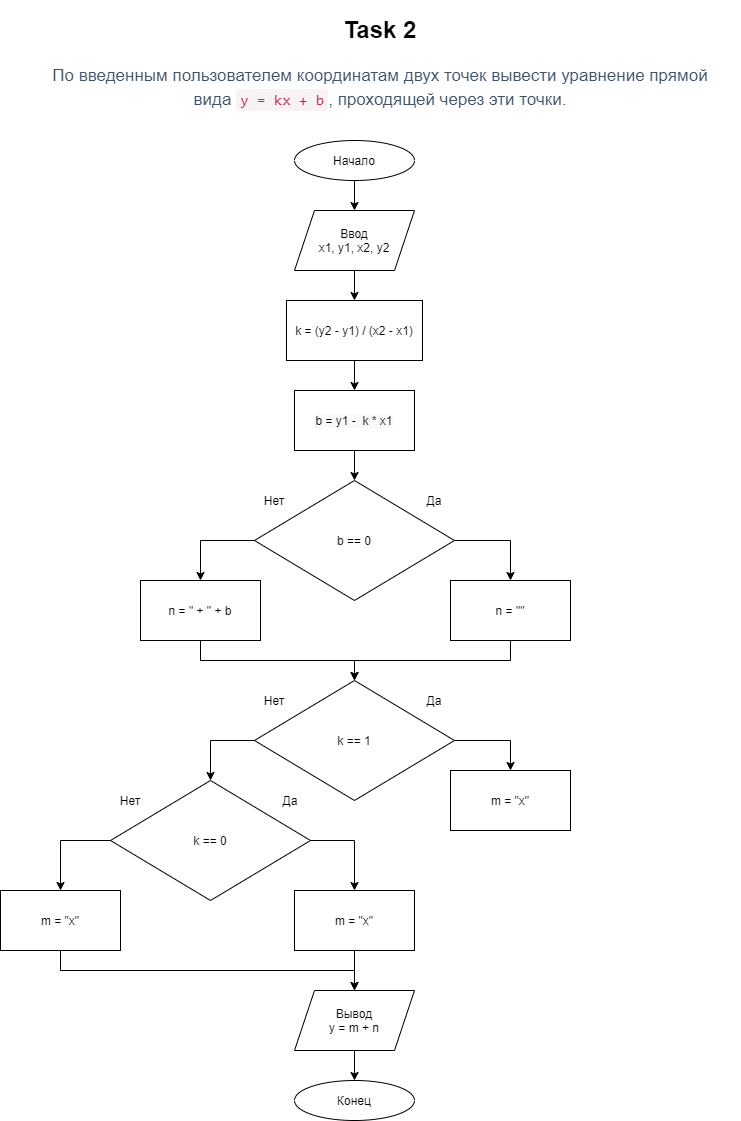
Above: Lesson1/FlowCharts/lesson1-Task-2.png in vic-k23/Geekbrains_algorithms_DS_on_Python (draw.io), before the change. Source tidied: cells renumbered, new cells last; positions are measured from the earlier drawing's top-left corner, leaving out a move shared by most shapes.
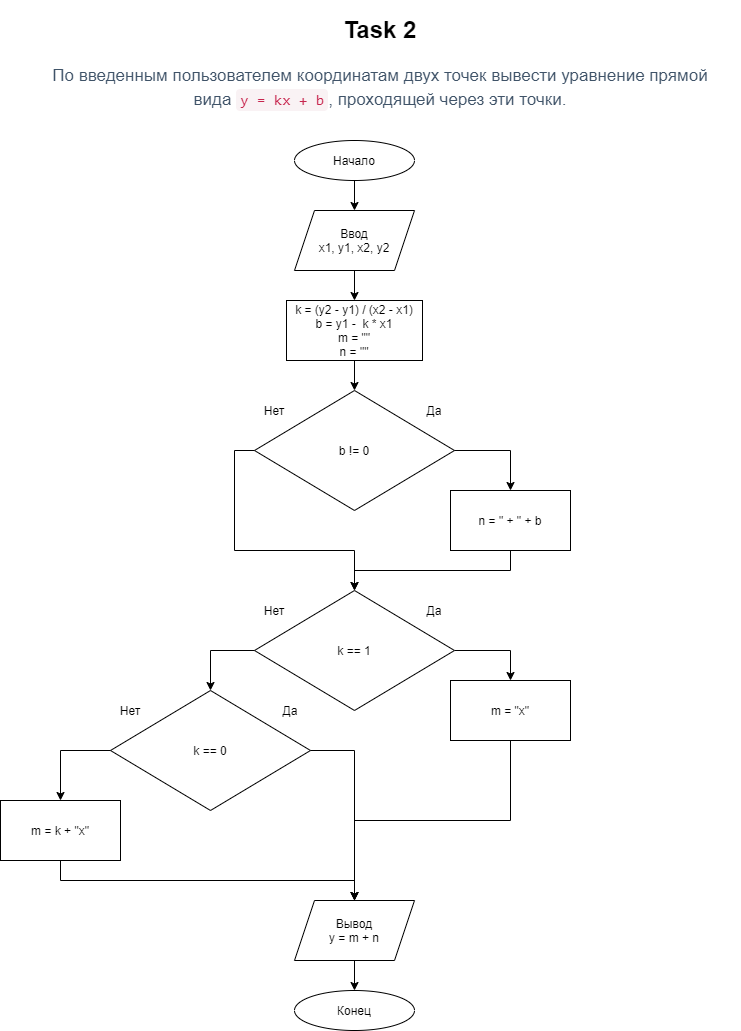
After the commit.

Diff of the diagram source:
```diff
@@ -3,32 +3,26 @@
     <mxCell id="0" />
     <mxCell id="1" parent="0" />
     <mxCell id="2" value="&lt;h1&gt;Task 2&lt;/h1&gt;&lt;div&gt;&lt;h3 style=&quot;box-sizing: border-box ; font-family: &amp;#34;roboto&amp;#34; , &amp;#34;san francisco&amp;#34; , &amp;#34;helvetica neue&amp;#34; , &amp;#34;helvetica&amp;#34; , &amp;#34;arial&amp;#34; ; font-weight: 500 ; line-height: 24px ; color: rgb(63 , 83 , 104) ; margin-top: 20px ; margin-bottom: 10px ; font-size: 17px ; background-color: rgb(255 , 255 , 255)&quot;&gt;По введенным пользователем координатам двух точек вывести уравнение прямой вида&amp;nbsp;&lt;code style=&quot;box-sizing: border-box ; font-family: &amp;#34;menlo&amp;#34; , &amp;#34;monaco&amp;#34; , &amp;#34;consolas&amp;#34; , &amp;#34;courier new&amp;#34; , monospace ; font-size: 15.3px ; color: rgb(199 , 37 , 78) ; background-color: rgb(249 , 242 , 244) ; border-radius: 4px ; padding: 2px 4px&quot;&gt;y = kx + b&lt;/code&gt;, проходящей через эти точки.&lt;/h3&gt;&lt;/div&gt;" style="text;html=1;strokeColor=none;fillColor=none;spacing=5;spacingTop=-20;whiteSpace=wrap;overflow=hidden;rounded=0;align=center;" parent="1" vertex="1">
-      <mxGeometry x="20" width="720" height="120" as="geometry" />
+      <mxGeometry x="20" y="90" width="720" height="120" as="geometry" />
     </mxCell>
     <mxCell id="3" style="edgeStyle=orthogonalEdgeStyle;rounded=0;jettySize=auto;html=1;exitX=0.5;exitY=1;exitDx=0;exitDy=0;entryX=0.5;entryY=0;entryDx=0;entryDy=0;" parent="1" edge="1" source="4" target="6">
       <mxGeometry relative="1" as="geometry" />
     </mxCell>
     <mxCell id="4" value="Начало" style="ellipse;whiteSpace=wrap;html=1;align=center;" parent="1" vertex="1">
-      <mxGeometry x="294" y="130" width="120" height="40" as="geometry" />
+      <mxGeometry x="294" y="220" width="120" height="40" as="geometry" />
     </mxCell>
     <mxCell id="5" style="edgeStyle=orthogonalEdgeStyle;rounded=0;jettySize=auto;html=1;exitX=0.5;exitY=1;exitDx=0;exitDy=0;entryX=0.5;entryY=0;entryDx=0;entryDy=0;" parent="1" edge="1" source="6" target="8">
       <mxGeometry relative="1" as="geometry" />
     </mxCell>
     <mxCell id="6" value="Ввод&lt;br&gt;x1, y1, x2, y2" style="shape=parallelogram;perimeter=parallelogramPerimeter;whiteSpace=wrap;html=1;fixedSize=1;align=center;" parent="1" vertex="1">
-      <mxGeometry x="294" y="200" width="120" height="60" as="geometry" />
+      <mxGeometry x="294" y="290" width="120" height="60" as="geometry" />
     </mxCell>
-    <mxCell id="7" style="edgeStyle=orthogonalEdgeStyle;rounded=0;jettySize=auto;html=1;exitX=0.5;exitY=1;exitDx=0;exitDy=0;entryX=0.5;entryY=0;entryDx=0;entryDy=0;" parent="1" edge="1" source="8" target="10">
-      <mxGeometry relative="1" as="geometry" />
-    </mxCell>
+    <mxCell id="41" style="edgeStyle=orthogonalEdgeStyle;rounded=0;jettySize=auto;html=1;exitX=0.5;exitY=1;exitDx=0;exitDy=0;entryX=0.5;entryY=0;entryDx=0;entryDy=0;" parent="1" edge="1" source="8" target="15">
+      <mxGeometry relative="1" as="geometry" />
+    </mxCell>
-    <mxCell id="8" value="k = (y2 - y1) / (x2 - x1)" style="rounded=0;whiteSpace=wrap;html=1;align=center;" parent="1" vertex="1">
-      <mxGeometry x="286" y="290" width="136" height="60" as="geometry" />
+    <mxCell id="8" value="k = (y2 - y1) / (x2 - x1)&lt;br&gt;&lt;span style=&quot;font-family: &amp;#34;helvetica&amp;#34;&quot;&gt;b = y1 -&amp;nbsp; k * x1&lt;br&gt;&lt;/span&gt;m = &quot;&quot;&lt;br&gt;n = &quot;&quot;" style="rounded=0;whiteSpace=wrap;html=1;align=center;" parent="1" vertex="1">
+      <mxGeometry x="286" y="380" width="136" height="60" as="geometry" />
     </mxCell>
-    <mxCell id="9" style="edgeStyle=orthogonalEdgeStyle;rounded=0;jettySize=auto;html=1;exitX=0.5;exitY=1;exitDx=0;exitDy=0;entryX=0.5;entryY=0;entryDx=0;entryDy=0;" parent="1" edge="1" source="10" target="15">
-      <mxGeometry relative="1" as="geometry" />
-    </mxCell>
-    <mxCell id="10" value="&#10;&#10;&lt;span style=&quot;color: rgb(0, 0, 0); font-family: helvetica; font-size: 12px; font-style: normal; font-weight: 400; letter-spacing: normal; text-align: center; text-indent: 0px; text-transform: none; word-spacing: 0px; background-color: rgb(248, 249, 250); display: inline; float: none;&quot;&gt;b = y1 -&amp;nbsp; k * x1&lt;/span&gt;&#10;&#10;" style="rounded=0;whiteSpace=wrap;html=1;align=center;" parent="1" vertex="1">
-      <mxGeometry x="294" y="380" width="120" height="60" as="geometry" />
-    </mxCell>
     <mxCell id="11" style="edgeStyle=orthogonalEdgeStyle;rounded=0;jettySize=auto;html=1;exitX=0.5;exitY=1;exitDx=0;exitDy=0;entryX=0.5;entryY=0;entryDx=0;entryDy=0;" parent="1" edge="1" source="12" target="13">
       <mxGeometry relative="1" as="geometry" />
     </mxCell>
@@ -41,7 +35,7 @@
     <mxCell id="14" style="group;align=center;" parent="1" vertex="1">
       <mxGeometry x="254" y="470" width="200" height="120" as="geometry" />
     </mxCell>
-    <mxCell id="15" value="b == 0" style="rhombus;whiteSpace=wrap;html=1;align=center;" parent="14" vertex="1">
+    <mxCell id="15" value="b != 0" style="rhombus;whiteSpace=wrap;html=1;align=center;" parent="14" vertex="1">
       <mxGeometry width="200" height="120" as="geometry" />
     </mxCell>
     <mxCell id="16" value="Нет" style="text;html=1;strokeColor=none;fillColor=none;align=center;verticalAlign=middle;whiteSpace=wrap;rounded=0;" parent="14" vertex="1">
@@ -54,14 +48,8 @@
       <mxGeometry relative="1" as="geometry" />
     </mxCell>
     <mxCell id="19" value="n = &quot; + &quot; + b" style="rounded=0;whiteSpace=wrap;html=1;align=center;" parent="1" vertex="1">
-      <mxGeometry x="140" y="570" width="120" height="60" as="geometry" />
+      <mxGeometry x="450" y="570" width="120" height="60" as="geometry" />
     </mxCell>
-    <mxCell id="20" style="edgeStyle=orthogonalEdgeStyle;rounded=0;jettySize=auto;html=1;exitX=0.5;exitY=1;exitDx=0;exitDy=0;" parent="1" edge="1" source="21" target="24">
-      <mxGeometry relative="1" as="geometry" />
-    </mxCell>
-    <mxCell id="21" value="n = &quot;&quot;" style="rounded=0;whiteSpace=wrap;html=1;align=center;" parent="1" vertex="1">
-      <mxGeometry x="450" y="570" width="120" height="60" as="geometry" />
-    </mxCell>
     <mxCell id="22" style="group;align=center;" parent="1" vertex="1">
       <mxGeometry x="254" y="670" width="316" height="180" as="geometry" />
     </mxCell>
@@ -95,29 +83,26 @@
     <mxCell id="32" style="edgeStyle=orthogonalEdgeStyle;rounded=0;jettySize=auto;html=1;exitX=0.5;exitY=1;exitDx=0;exitDy=0;" parent="1" edge="1" source="33" target="12">
       <mxGeometry relative="1" as="geometry" />
     </mxCell>
-    <mxCell id="33" value="m = &quot;x&quot;" style="rounded=0;whiteSpace=wrap;html=1;align=center;" parent="1" vertex="1">
+    <mxCell id="33" value="m = k + &quot;x&quot;" style="rounded=0;whiteSpace=wrap;html=1;align=center;" parent="1" vertex="1">
       <mxGeometry y="880" width="120" height="60" as="geometry" />
     </mxCell>
-    <mxCell id="34" style="edgeStyle=orthogonalEdgeStyle;rounded=0;jettySize=auto;html=1;exitX=0.5;exitY=1;exitDx=0;exitDy=0;" parent="1" edge="1" source="35" target="12">
-      <mxGeometry relative="1" as="geometry" />
-    </mxCell>
-    <mxCell id="35" value="m = &quot;x&quot;" style="rounded=0;whiteSpace=wrap;html=1;align=center;" parent="1" vertex="1">
-      <mxGeometry x="294" y="880" width="120" height="60" as="geometry" />
-    </mxCell>
+    <mxCell id="38" style="edgeStyle=orthogonalEdgeStyle;rounded=0;jettySize=auto;html=1;exitX=0;exitY=0.5;exitDx=0;exitDy=0;entryX=0.5;entryY=0;entryDx=0;entryDy=0;" parent="1" edge="1" source="24" target="29">
+      <mxGeometry relative="1" as="geometry" />
+    </mxCell>
+    <mxCell id="40" style="edgeStyle=orthogonalEdgeStyle;rounded=0;jettySize=auto;html=1;exitX=0;exitY=0.5;exitDx=0;exitDy=0;entryX=0.5;entryY=0;entryDx=0;entryDy=0;" parent="1" edge="1" source="29" target="33">
+      <mxGeometry relative="1" as="geometry" />
+    </mxCell>
-    <mxCell id="36" style="edgeStyle=orthogonalEdgeStyle;rounded=0;jettySize=auto;html=1;exitX=0;exitY=0.5;exitDx=0;exitDy=0;entryX=0.5;entryY=0;entryDx=0;entryDy=0;" parent="1" edge="1" source="15" target="19">
+    <mxCell id="36" style="edgeStyle=orthogonalEdgeStyle;rounded=0;jettySize=auto;html=1;exitX=1;exitY=0.5;exitDx=0;exitDy=0;" parent="1" edge="1" source="15" target="19">
       <mxGeometry relative="1" as="geometry" />
     </mxCell>
-    <mxCell id="37" style="edgeStyle=orthogonalEdgeStyle;rounded=0;jettySize=auto;html=1;exitX=1;exitY=0.5;exitDx=0;exitDy=0;" parent="1" edge="1" source="15" target="21">
-      <mxGeometry relative="1" as="geometry" />
-    </mxCell>
-    <mxCell id="38" style="edgeStyle=orthogonalEdgeStyle;rounded=0;jettySize=auto;html=1;exitX=0;exitY=0.5;exitDx=0;exitDy=0;entryX=0.5;entryY=0;entryDx=0;entryDy=0;" parent="1" edge="1" source="24" target="29">
-      <mxGeometry relative="1" as="geometry" />
-    </mxCell>
-    <mxCell id="39" style="edgeStyle=orthogonalEdgeStyle;rounded=0;jettySize=auto;html=1;exitX=1;exitY=0.5;exitDx=0;exitDy=0;" parent="1" edge="1" source="29" target="35">
-      <mxGeometry relative="1" as="geometry" />
-    </mxCell>
-    <mxCell id="40" style="edgeStyle=orthogonalEdgeStyle;rounded=0;jettySize=auto;html=1;exitX=0;exitY=0.5;exitDx=0;exitDy=0;entryX=0.5;entryY=0;entryDx=0;entryDy=0;" parent="1" edge="1" source="29" target="33">
-      <mxGeometry relative="1" as="geometry" />
-    </mxCell>
+    <mxCell id="42" style="edgeStyle=orthogonalEdgeStyle;rounded=0;jettySize=auto;html=1;exitX=0;exitY=0.5;exitDx=0;exitDy=0;" parent="1" edge="1" source="15" target="24">
+      <mxGeometry relative="1" as="geometry" />
+    </mxCell>
+    <mxCell id="43" style="edgeStyle=orthogonalEdgeStyle;rounded=0;jettySize=auto;html=1;exitX=1;exitY=0.5;exitDx=0;exitDy=0;entryX=0.5;entryY=0;entryDx=0;entryDy=0;" parent="1" edge="1" source="29" target="12">
+      <mxGeometry relative="1" as="geometry" />
+    </mxCell>
+    <mxCell id="44" style="edgeStyle=orthogonalEdgeStyle;rounded=0;jettySize=auto;html=1;exitX=0.5;exitY=1;exitDx=0;exitDy=0;" parent="1" edge="1" source="27" target="12">
+      <mxGeometry relative="1" as="geometry" />
+    </mxCell>
   </root>
 </mxGraphModel>
```
